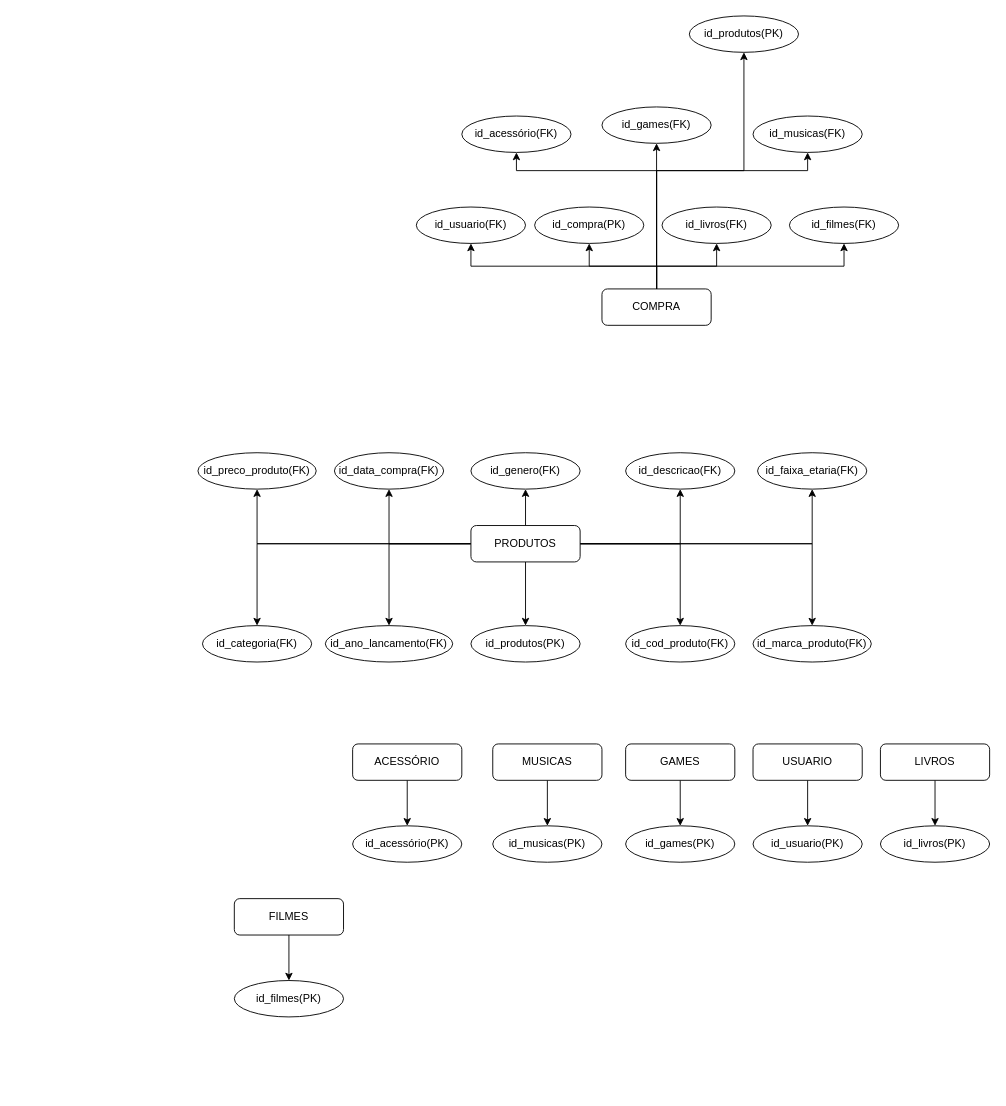
Before: LOJA.drawio in camilamelos/tiroAoAlvo, a draw.io diagram. Source tidied: cells renumbered, new cells numbered last; positions are measured from the earlier drawing's top-left corner, leaving out a move shared by most shapes. Both pictures are drawn from the tidied source at 91%, with x=0, y=0 at pixel (197, 15).
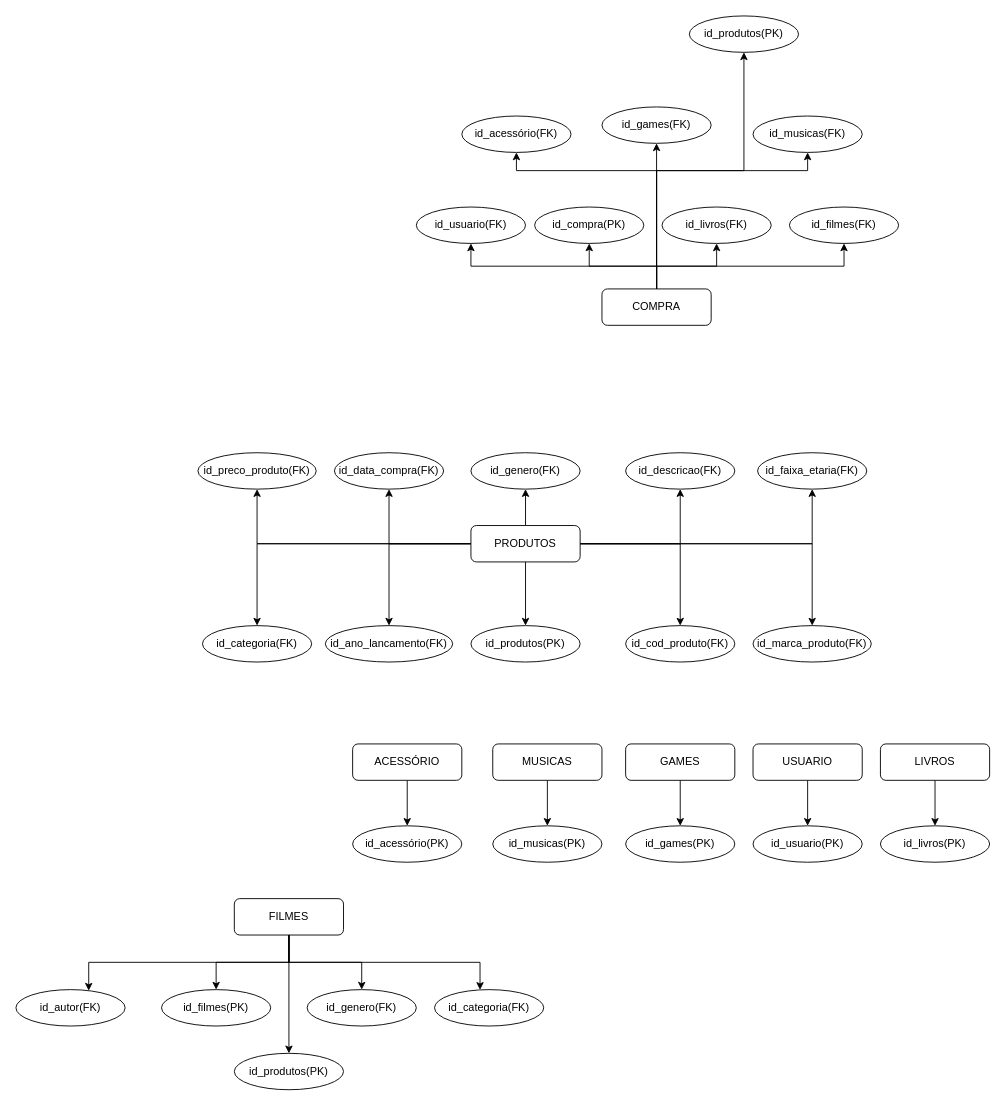
After the change.

The change refers to these unchanged cells:
```xml
<mxCell id="5" value="FILMES" style="rounded=1;whiteSpace=wrap;html=1;" parent="1" vertex="1">
  <mxGeometry x="40" y="970" width="120" height="40" as="geometry" />
</mxCell>
```

Diff of the diagram source:
```diff
@@
+    <mxCell id="58" style="edgeStyle=orthogonalEdgeStyle;rounded=0;jettySize=auto;html=1;entryX=0.5;entryY=0;entryDx=0;entryDy=0;" parent="1" edge="1" source="5" target="62">
+      <mxGeometry relative="1" as="geometry" />
+    </mxCell>
+    <mxCell id="59" style="edgeStyle=orthogonalEdgeStyle;rounded=0;jettySize=auto;html=1;" parent="1" edge="1" source="5" target="63">
+      <mxGeometry relative="1" as="geometry">
+        <Array as="points">
+          <mxPoint x="100" y="1040" />
+          <mxPoint x="310" y="1040" />
+        </Array>
+      </mxGeometry>
+    </mxCell>
+    <mxCell id="60" style="edgeStyle=orthogonalEdgeStyle;rounded=0;jettySize=auto;html=1;" parent="1" edge="1" source="5" target="64">
+      <mxGeometry relative="1" as="geometry">
+        <Array as="points">
+          <mxPoint x="100" y="1040" />
+          <mxPoint x="-120" y="1040" />
+        </Array>
+      </mxGeometry>
+    </mxCell>
+    <mxCell id="61" style="edgeStyle=orthogonalEdgeStyle;rounded=0;jettySize=auto;html=1;" parent="1" edge="1" source="5" target="65">
+      <mxGeometry relative="1" as="geometry" />
+    </mxCell>
@@
     <mxCell id="32" value="id_filmes(PK)" style="ellipse;whiteSpace=wrap;html=1;" parent="1" vertex="1">
-      <mxGeometry x="40" y="1060" width="120" height="40" as="geometry" />
+      <mxGeometry x="-40" y="1070" width="120" height="40" as="geometry" />
     </mxCell>
@@
+    <mxCell id="62" value="id_genero(FK)" style="ellipse;whiteSpace=wrap;html=1;" parent="1" vertex="1">
+      <mxGeometry x="120" y="1070" width="120" height="40" as="geometry" />
+    </mxCell>
+    <mxCell id="63" value="id_categoria(FK)" style="ellipse;whiteSpace=wrap;html=1;" parent="1" vertex="1">
+      <mxGeometry x="260" y="1070" width="120" height="40" as="geometry" />
+    </mxCell>
+    <mxCell id="64" value="id_autor(FK)" style="ellipse;whiteSpace=wrap;html=1;" parent="1" vertex="1">
+      <mxGeometry x="-200" y="1070" width="120" height="40" as="geometry" />
+    </mxCell>
+    <mxCell id="65" value="id_produtos(PK)" style="ellipse;whiteSpace=wrap;html=1;" parent="1" vertex="1">
+      <mxGeometry x="40" y="1140" width="120" height="40" as="geometry" />
+    </mxCell>
```
